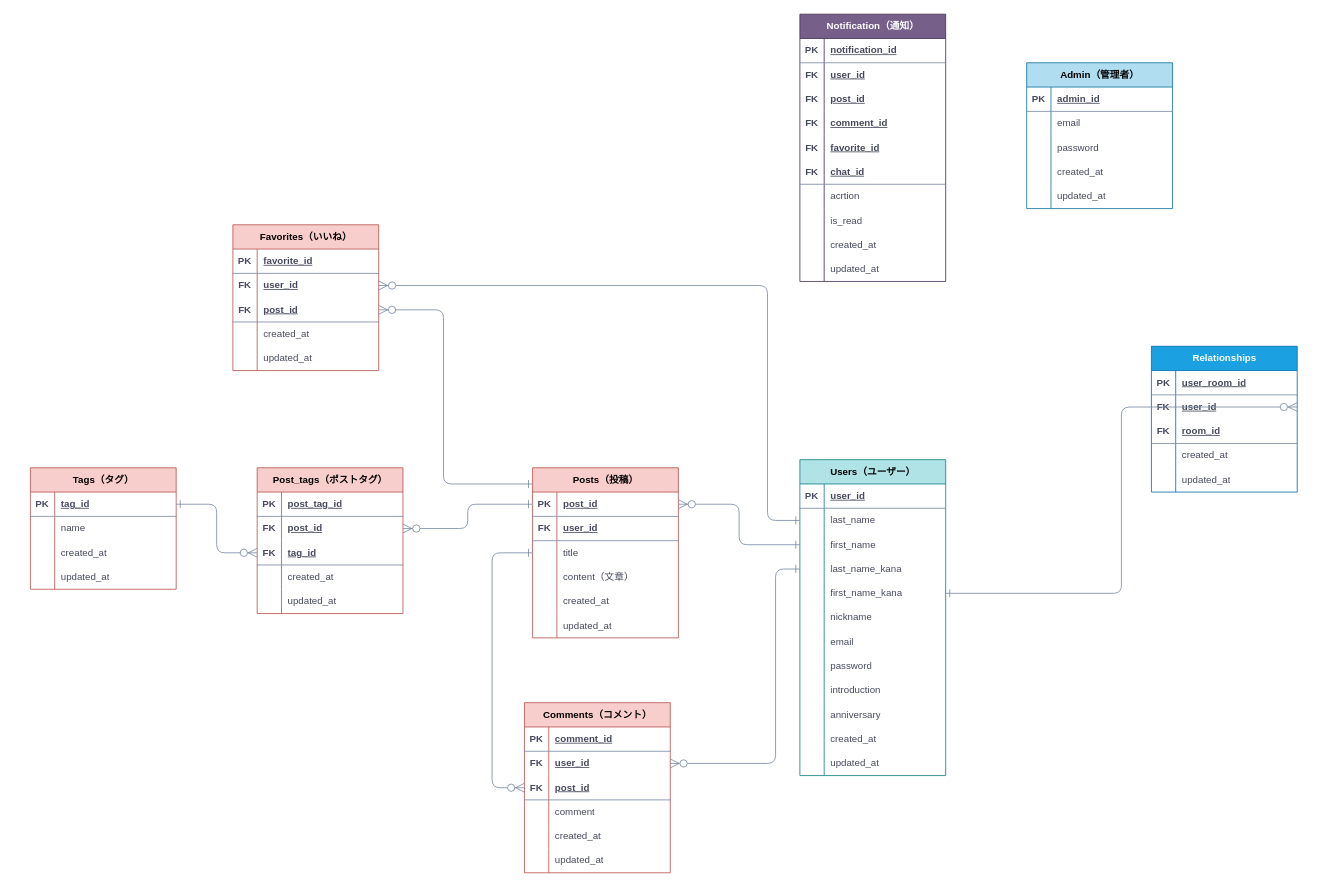
Earlier version of the draw.io diagram vloglaphy.drawio (Solo-Innovator/2seeds). Source tidied: cells renumbered, new cells numbered last; positions are measured from the earlier drawing's top-left corner, leaving out a move shared by most shapes. Both pictures are drawn from the tidied source at 81%, with x=0, y=0 at pixel (14, 14).
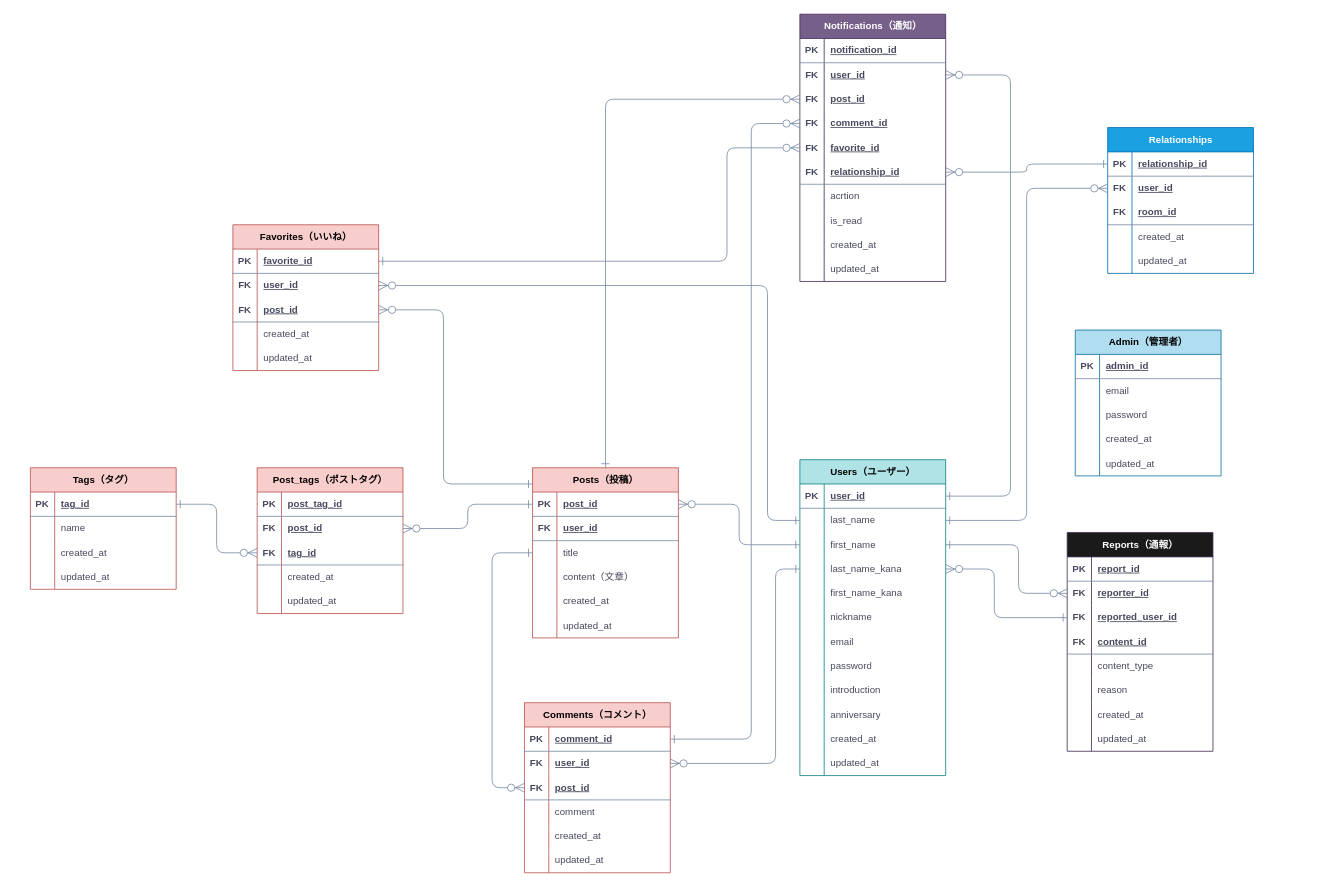
The same diagram, later.

Commit message (it also covers changes not shown here):
vloglaphy.drawio を更新します

Unchanged cells that the change refers to:
```xml
<mxCell id="19" style="shape=tableRow;horizontal=0;startSize=0;swimlaneHead=0;swimlaneBody=0;fillColor=none;points=[[0,0.5],[1,0.5]];portConstraint=eastwest;top=0;left=0;right=0;bottom=1;strokeColor=#788AA3;fontFamily=Helvetica;fontSize=12;fontColor=#46495D;html=1;labelBackgroundColor=none;" parent="18" vertex="1">
  <mxGeometry y="30" width="180" height="30" as="geometry" />
</mxCell>
<mxCell id="22" style="shape=tableRow;horizontal=0;startSize=0;swimlaneHead=0;swimlaneBody=0;fillColor=none;points=[[0,0.5],[1,0.5]];portConstraint=eastwest;top=0;left=0;right=0;bottom=0;strokeColor=#788AA3;fontFamily=Helvetica;fontSize=12;fontColor=#46495D;html=1;labelBackgroundColor=none;" parent="18" vertex="1">
  <mxGeometry y="60" width="180" height="30" as="geometry" />
</mxCell>
<mxCell id="25" style="shape=tableRow;horizontal=0;startSize=0;swimlaneHead=0;swimlaneBody=0;fillColor=none;points=[[0,0.5],[1,0.5]];portConstraint=eastwest;top=0;left=0;right=0;bottom=0;strokeColor=#788AA3;fontFamily=Helvetica;fontSize=12;fontColor=#46495D;html=1;labelBackgroundColor=none;" parent="18" vertex="1">
  <mxGeometry y="90" width="180" height="30" as="geometry" />
</mxCell>
<mxCell id="28" style="shape=tableRow;horizontal=0;startSize=0;swimlaneHead=0;swimlaneBody=0;fillColor=none;points=[[0,0.5],[1,0.5]];portConstraint=eastwest;top=0;left=0;right=0;bottom=0;strokeColor=#788AA3;fontFamily=Helvetica;fontSize=12;fontColor=#46495D;html=1;labelBackgroundColor=none;" parent="18" vertex="1">
  <mxGeometry y="120" width="180" height="30" as="geometry" />
</mxCell>
<mxCell id="31" style="shape=tableRow;horizontal=0;startSize=0;swimlaneHead=0;swimlaneBody=0;fillColor=none;points=[[0,0.5],[1,0.5]];portConstraint=eastwest;top=0;left=0;right=0;bottom=0;strokeColor=#788AA3;fontFamily=Helvetica;fontSize=12;fontColor=#46495D;html=1;labelBackgroundColor=none;" parent="18" vertex="1">
  <mxGeometry y="150" width="180" height="30" as="geometry" />
</mxCell>
<mxCell id="59" value="&lt;font color=&quot;#000000&quot;&gt;Posts（投稿）&lt;/font&gt;" style="shape=table;startSize=30;childLayout=tableLayout;rowLines=0;fontStyle=1;align=center;html=1;strokeColor=#b85450;fontFamily=Helvetica;fontSize=12;fillColor=#f8cecc;labelBackgroundColor=none;" parent="1" vertex="1">
  <mxGeometry x="640" y="560" width="180" height="210" as="geometry" />
</mxCell>
<mxCell id="82" style="shape=tableRow;horizontal=0;startSize=0;swimlaneHead=0;swimlaneBody=0;fillColor=none;points=[[0,0.5],[1,0.5]];portConstraint=eastwest;top=0;left=0;right=0;bottom=1;strokeColor=#788AA3;fontFamily=Helvetica;fontSize=12;fontColor=#46495D;html=1;labelBackgroundColor=none;" parent="81" vertex="1">
  <mxGeometry y="30" width="180" height="30" as="geometry" />
</mxCell>
<mxCell id="98" style="shape=tableRow;horizontal=0;startSize=0;swimlaneHead=0;swimlaneBody=0;fillColor=none;points=[[0,0.5],[1,0.5]];portConstraint=eastwest;top=0;left=0;right=0;bottom=1;strokeColor=#788AA3;fontFamily=Helvetica;fontSize=12;fontColor=#46495D;html=1;labelBackgroundColor=none;" parent="97" vertex="1">
  <mxGeometry y="30" width="180" height="30" as="geometry" />
</mxCell>
<mxCell id="119" style="shape=tableRow;horizontal=0;startSize=0;swimlaneHead=0;swimlaneBody=0;fillColor=none;points=[[0,0.5],[1,0.5]];portConstraint=eastwest;top=0;left=0;right=0;bottom=1;strokeColor=#788AA3;fontFamily=Helvetica;fontSize=12;fontColor=#46495D;html=1;labelBackgroundColor=none;" parent="118" vertex="1">
  <mxGeometry y="30" width="180" height="30" as="geometry" />
</mxCell>
<mxCell id="122" style="shape=tableRow;horizontal=0;startSize=0;swimlaneHead=0;swimlaneBody=0;fillColor=none;points=[[0,0.5],[1,0.5]];portConstraint=eastwest;top=0;left=0;right=0;bottom=0;strokeColor=#788AA3;fontFamily=Helvetica;fontSize=12;fontColor=#46495D;html=1;labelBackgroundColor=none;" parent="118" vertex="1">
  <mxGeometry y="60" width="180" height="30" as="geometry" />
</mxCell>
<mxCell id="139" style="shape=tableRow;horizontal=0;startSize=0;swimlaneHead=0;swimlaneBody=0;fillColor=none;points=[[0,0.5],[1,0.5]];portConstraint=eastwest;top=0;left=0;right=0;bottom=0;strokeColor=#788AA3;fontFamily=Helvetica;fontSize=12;fontColor=#46495D;html=1;labelBackgroundColor=none;" parent="135" vertex="1">
  <mxGeometry y="60" width="180" height="30" as="geometry" />
</mxCell>
<mxCell id="142" style="shape=tableRow;horizontal=0;startSize=0;swimlaneHead=0;swimlaneBody=0;fillColor=none;points=[[0,0.5],[1,0.5]];portConstraint=eastwest;top=0;left=0;right=0;bottom=0;strokeColor=#788AA3;fontFamily=Helvetica;fontSize=12;fontColor=#46495D;html=1;labelBackgroundColor=none;" parent="135" vertex="1">
  <mxGeometry y="90" width="180" height="30" as="geometry" />
</mxCell>
<mxCell id="145" style="shape=tableRow;horizontal=0;startSize=0;swimlaneHead=0;swimlaneBody=0;fillColor=none;points=[[0,0.5],[1,0.5]];portConstraint=eastwest;top=0;left=0;right=0;bottom=0;strokeColor=#788AA3;fontFamily=Helvetica;fontSize=12;fontColor=#46495D;html=1;labelBackgroundColor=none;" parent="135" vertex="1">
  <mxGeometry y="120" width="180" height="30" as="geometry" />
</mxCell>
<mxCell id="148" style="shape=tableRow;horizontal=0;startSize=0;swimlaneHead=0;swimlaneBody=0;fillColor=none;points=[[0,0.5],[1,0.5]];portConstraint=eastwest;top=0;left=0;right=0;bottom=0;strokeColor=#788AA3;fontFamily=Helvetica;fontSize=12;fontColor=#46495D;html=1;labelBackgroundColor=none;" parent="135" vertex="1">
  <mxGeometry y="150" width="180" height="30" as="geometry" />
</mxCell>
<mxCell id="151" style="shape=tableRow;horizontal=0;startSize=0;swimlaneHead=0;swimlaneBody=0;fillColor=none;points=[[0,0.5],[1,0.5]];portConstraint=eastwest;top=0;left=0;right=0;bottom=1;strokeColor=#788AA3;fontFamily=Helvetica;fontSize=12;fontColor=#46495D;html=1;labelBackgroundColor=none;" parent="135" vertex="1">
  <mxGeometry y="180" width="180" height="30" as="geometry" />
</mxCell>
```

Diff of the diagram source:
```diff
@@
     <mxCell id="2" value="&lt;font color=&quot;#000000&quot;&gt;Admin（管理者）&lt;/font&gt;" style="shape=table;startSize=30;childLayout=tableLayout;rowLines=0;fontStyle=1;align=center;html=1;strokeColor=#10739e;fontFamily=Helvetica;fontSize=12;fillColor=#b1ddf0;labelBackgroundColor=none;" parent="1" vertex="1">
-      <mxGeometry x="1250" y="60" width="180" height="180" as="geometry" />
+      <mxGeometry x="1310" y="390" width="180" height="180" as="geometry" />
     </mxCell>
@@
     <mxCell id="118" value="Relationships" style="shape=table;startSize=30;childLayout=tableLayout;rowLines=0;fontStyle=1;align=center;html=1;strokeColor=#006EAF;fontFamily=Helvetica;fontSize=12;fillColor=#1ba1e2;labelBackgroundColor=none;fontColor=#ffffff;" parent="1" vertex="1">
-      <mxGeometry x="1404" y="410" width="180" height="180" as="geometry" />
+      <mxGeometry x="1350" y="140" width="180" height="180" as="geometry" />
     </mxCell>
@@
-    <mxCell id="121" value="user_room_id" style="shape=partialRectangle;fillColor=none;top=0;left=0;bottom=0;right=0;align=left;spacingLeft=6;fontStyle=5;overflow=hidden;whiteSpace=wrap;html=1;strokeColor=#788AA3;fontFamily=Helvetica;fontSize=12;fontColor=#46495D;startSize=23;labelBackgroundColor=none;" parent="119" vertex="1">
+    <mxCell id="121" value="relationship_id" style="shape=partialRectangle;fillColor=none;top=0;left=0;bottom=0;right=0;align=left;spacingLeft=6;fontStyle=5;overflow=hidden;whiteSpace=wrap;html=1;strokeColor=#788AA3;fontFamily=Helvetica;fontSize=12;fontColor=#46495D;startSize=23;labelBackgroundColor=none;" parent="119" vertex="1">
       <mxGeometry x="30" width="150" height="30" as="geometry" />
     </mxCell>
@@
-    <mxCell id="134" style="edgeStyle=elbowEdgeStyle;fontSize=12;html=1;endArrow=ERzeroToMany;endFill=1;fontFamily=Helvetica;fontColor=default;startSize=8;rounded=1;entryX=1;entryY=0.5;entryDx=0;entryDy=0;startArrow=ERone;startFill=0;endSize=9;labelBackgroundColor=none;strokeColor=#788AA3;" parent="1" edge="1" source="31" target="122">
+    <mxCell id="134" style="edgeStyle=elbowEdgeStyle;fontSize=12;html=1;endArrow=ERzeroToMany;endFill=1;fontFamily=Helvetica;fontColor=default;startSize=8;rounded=1;startArrow=ERone;startFill=0;endSize=9;labelBackgroundColor=none;strokeColor=#788AA3;entryX=0;entryY=0.5;entryDx=0;entryDy=0;exitX=1;exitY=0.5;exitDx=0;exitDy=0;" parent="1" edge="1" source="22" target="122">
       <mxGeometry relative="1" as="geometry" />
     </mxCell>
-    <mxCell id="135" value="Notification（通知）" style="shape=table;startSize=30;childLayout=tableLayout;rowLines=0;fontStyle=1;align=center;html=1;strokeColor=#432D57;fontFamily=Helvetica;fontSize=12;fillColor=#76608a;labelBackgroundColor=none;fontColor=#ffffff;" parent="1" vertex="1">
+    <mxCell id="135" value="Notifications（通知）" style="shape=table;startSize=30;childLayout=tableLayout;rowLines=0;fontStyle=1;align=center;html=1;strokeColor=#432D57;fontFamily=Helvetica;fontSize=12;fillColor=#76608a;labelBackgroundColor=none;fontColor=#ffffff;" parent="1" vertex="1">
       <mxGeometry x="970" width="180" height="330" as="geometry" />
     </mxCell>
@@
-    <mxCell id="153" value="chat_id" style="shape=partialRectangle;fillColor=none;top=0;left=0;bottom=0;right=0;align=left;spacingLeft=6;fontStyle=5;overflow=hidden;whiteSpace=wrap;html=1;strokeColor=#788AA3;fontFamily=Helvetica;fontSize=12;fontColor=#46495D;startSize=23;labelBackgroundColor=none;" parent="151" vertex="1">
+    <mxCell id="153" value="relationship_id" style="shape=partialRectangle;fillColor=none;top=0;left=0;bottom=0;right=0;align=left;spacingLeft=6;fontStyle=5;overflow=hidden;whiteSpace=wrap;html=1;strokeColor=#788AA3;fontFamily=Helvetica;fontSize=12;fontColor=#46495D;startSize=23;labelBackgroundColor=none;" parent="151" vertex="1">
       <mxGeometry x="30" width="150" height="30" as="geometry" />
     </mxCell>
@@
+    <mxCell id="199" style="edgeStyle=elbowEdgeStyle;fontSize=12;html=1;endArrow=ERzeroToMany;endFill=1;fontFamily=Helvetica;fontColor=default;startSize=8;rounded=1;startArrow=ERone;startFill=0;endSize=9;labelBackgroundColor=none;strokeColor=#788AA3;entryX=1;entryY=0.5;entryDx=0;entryDy=0;exitX=0;exitY=0.5;exitDx=0;exitDy=0;" parent="1" edge="1" source="119" target="151">
+      <mxGeometry relative="1" as="geometry" />
+    </mxCell>
+    <mxCell id="200" style="edgeStyle=elbowEdgeStyle;fontSize=12;html=1;endArrow=ERzeroToMany;endFill=1;fontFamily=Helvetica;fontColor=default;startSize=8;rounded=1;entryX=0;entryY=0.5;entryDx=0;entryDy=0;startArrow=ERone;startFill=0;endSize=9;labelBackgroundColor=none;strokeColor=#788AA3;" parent="1" edge="1" source="82" target="148">
+      <mxGeometry relative="1" as="geometry">
+        <Array as="points">
+          <mxPoint x="880" y="285" />
+        </Array>
+      </mxGeometry>
+    </mxCell>
+    <mxCell id="201" style="edgeStyle=elbowEdgeStyle;fontSize=12;html=1;endArrow=ERzeroToMany;endFill=1;fontFamily=Helvetica;fontColor=default;startSize=8;rounded=1;startArrow=ERone;startFill=0;endSize=9;labelBackgroundColor=none;strokeColor=#788AA3;exitX=1;exitY=0.5;exitDx=0;exitDy=0;entryX=1;entryY=0.5;entryDx=0;entryDy=0;" parent="1" edge="1" source="19" target="139">
+      <mxGeometry relative="1" as="geometry">
+        <Array as="points">
+          <mxPoint x="1230" y="310" />
+        </Array>
+      </mxGeometry>
+    </mxCell>
+    <mxCell id="202" style="edgeStyle=elbowEdgeStyle;fontSize=12;html=1;endArrow=ERzeroToMany;endFill=1;fontFamily=Helvetica;fontColor=default;startSize=8;rounded=1;startArrow=ERone;startFill=0;endSize=9;labelBackgroundColor=none;strokeColor=#788AA3;entryX=0;entryY=0.5;entryDx=0;entryDy=0;exitX=0.5;exitY=0;exitDx=0;exitDy=0;" parent="1" edge="1" source="59" target="142">
+      <mxGeometry relative="1" as="geometry">
+        <Array as="points">
+          <mxPoint x="730" y="340" />
+        </Array>
+      </mxGeometry>
+    </mxCell>
+    <mxCell id="203" style="edgeStyle=elbowEdgeStyle;fontSize=12;html=1;endArrow=ERzeroToMany;endFill=1;fontFamily=Helvetica;fontColor=default;startSize=8;rounded=1;startArrow=ERone;startFill=0;endSize=9;labelBackgroundColor=none;strokeColor=#788AA3;entryX=0;entryY=0.5;entryDx=0;entryDy=0;exitX=1;exitY=0.5;exitDx=0;exitDy=0;" parent="1" edge="1" source="98" target="145">
+      <mxGeometry relative="1" as="geometry">
+        <Array as="points">
+          <mxPoint x="910" y="520" />
+        </Array>
+      </mxGeometry>
+    </mxCell>
+    <mxCell id="204" value="Reports（通報）" style="shape=table;startSize=30;childLayout=tableLayout;rowLines=0;fontStyle=1;align=center;html=1;strokeColor=#432D57;fontFamily=Helvetica;fontSize=12;fillColor=#1A1A1A;labelBackgroundColor=none;fontColor=#ffffff;" parent="1" vertex="1">
+      <mxGeometry x="1300" y="640" width="180" height="270" as="geometry" />
+    </mxCell>
+    <mxCell id="205" style="shape=tableRow;horizontal=0;startSize=0;swimlaneHead=0;swimlaneBody=0;fillColor=none;top=0;left=0;right=0;bottom=1;strokeColor=#788AA3;fontFamily=Helvetica;fontSize=12;fontColor=#46495D;html=1;labelBackgroundColor=none;" parent="204" vertex="1">
+      <mxGeometry y="30" width="180" height="30" as="geometry" />
+    </mxCell>
+    <mxCell id="206" value="PK" style="shape=partialRectangle;fillColor=none;top=0;left=0;bottom=0;right=0;fontStyle=1;overflow=hidden;whiteSpace=wrap;html=1;strokeColor=#788AA3;fontFamily=Helvetica;fontSize=12;fontColor=#46495D;startSize=23;labelBackgroundColor=none;" parent="205" vertex="1">
+      <mxGeometry width="30" height="30" as="geometry" />
+    </mxCell>
+    <mxCell id="207" value="report_id" style="shape=partialRectangle;fillColor=none;top=0;left=0;bottom=0;right=0;align=left;spacingLeft=6;fontStyle=5;overflow=hidden;whiteSpace=wrap;html=1;strokeColor=#788AA3;fontFamily=Helvetica;fontSize=12;fontColor=#46495D;startSize=23;labelBackgroundColor=none;" parent="205" vertex="1">
+      <mxGeometry x="30" width="150" height="30" as="geometry" />
+    </mxCell>
+    <mxCell id="208" style="shape=tableRow;horizontal=0;startSize=0;swimlaneHead=0;swimlaneBody=0;fillColor=none;points=[[0,0.5],[1,0.5]];portConstraint=eastwest;top=0;left=0;right=0;bottom=0;strokeColor=#788AA3;fontFamily=Helvetica;fontSize=12;fontColor=#46495D;html=1;labelBackgroundColor=none;" parent="204" vertex="1">
+      <mxGeometry y="60" width="180" height="30" as="geometry" />
+    </mxCell>
+    <mxCell id="209" value="&lt;b&gt;FK&lt;/b&gt;" style="shape=partialRectangle;fillColor=none;top=0;left=0;bottom=0;right=0;overflow=hidden;whiteSpace=wrap;html=1;strokeColor=#788AA3;fontFamily=Helvetica;fontSize=12;fontColor=#46495D;startSize=23;labelBackgroundColor=none;" parent="208" vertex="1">
+      <mxGeometry width="30" height="30" as="geometry" />
+    </mxCell>
+    <mxCell id="210" value="&lt;u&gt;&lt;b&gt;reporter_id&lt;/b&gt;&lt;/u&gt;" style="shape=partialRectangle;fillColor=none;top=0;left=0;bottom=0;right=0;align=left;spacingLeft=6;overflow=hidden;whiteSpace=wrap;html=1;strokeColor=#788AA3;fontFamily=Helvetica;fontSize=12;fontColor=#46495D;startSize=23;labelBackgroundColor=none;" parent="208" vertex="1">
+      <mxGeometry x="30" width="150" height="30" as="geometry" />
+    </mxCell>
+    <mxCell id="211" style="shape=tableRow;horizontal=0;startSize=0;swimlaneHead=0;swimlaneBody=0;fillColor=none;points=[[0,0.5],[1,0.5]];portConstraint=eastwest;top=0;left=0;right=0;bottom=0;strokeColor=#788AA3;fontFamily=Helvetica;fontSize=12;fontColor=#46495D;html=1;labelBackgroundColor=none;" parent="204" vertex="1">
+      <mxGeometry y="90" width="180" height="30" as="geometry" />
+    </mxCell>
+    <mxCell id="212" value="&lt;b&gt;FK&lt;/b&gt;" style="shape=partialRectangle;fillColor=none;top=0;left=0;bottom=0;right=0;overflow=hidden;whiteSpace=wrap;html=1;strokeColor=#788AA3;fontFamily=Helvetica;fontSize=12;fontColor=#46495D;startSize=23;labelBackgroundColor=none;" parent="211" vertex="1">
+      <mxGeometry width="30" height="30" as="geometry" />
+    </mxCell>
+    <mxCell id="213" value="&lt;u&gt;&lt;b&gt;reported_user_id&lt;/b&gt;&lt;/u&gt;" style="shape=partialRectangle;fillColor=none;top=0;left=0;bottom=0;right=0;align=left;spacingLeft=6;overflow=hidden;whiteSpace=wrap;html=1;strokeColor=#788AA3;fontFamily=Helvetica;fontSize=12;fontColor=#46495D;startSize=23;labelBackgroundColor=none;" parent="211" vertex="1">
+      <mxGeometry x="30" width="150" height="30" as="geometry" />
+    </mxCell>
+    <mxCell id="214" style="shape=tableRow;horizontal=0;startSize=0;swimlaneHead=0;swimlaneBody=0;fillColor=none;top=0;left=0;right=0;bottom=1;strokeColor=#788AA3;fontFamily=Helvetica;fontSize=12;fontColor=#46495D;html=1;labelBackgroundColor=none;" parent="204" vertex="1">
+      <mxGeometry y="120" width="180" height="30" as="geometry" />
+    </mxCell>
+    <mxCell id="215" value="FK" style="shape=partialRectangle;fillColor=none;top=0;left=0;bottom=0;right=0;fontStyle=1;overflow=hidden;whiteSpace=wrap;html=1;strokeColor=#788AA3;fontFamily=Helvetica;fontSize=12;fontColor=#46495D;startSize=23;labelBackgroundColor=none;" parent="214" vertex="1">
+      <mxGeometry width="30" height="30" as="geometry" />
+    </mxCell>
+    <mxCell id="216" value="content_id" style="shape=partialRectangle;fillColor=none;top=0;left=0;bottom=0;right=0;align=left;spacingLeft=6;fontStyle=5;overflow=hidden;whiteSpace=wrap;html=1;strokeColor=#788AA3;fontFamily=Helvetica;fontSize=12;fontColor=#46495D;startSize=23;labelBackgroundColor=none;" parent="214" vertex="1">
+      <mxGeometry x="30" width="150" height="30" as="geometry" />
+    </mxCell>
+    <mxCell id="217" style="shape=tableRow;horizontal=0;startSize=0;swimlaneHead=0;swimlaneBody=0;fillColor=none;top=0;left=0;right=0;bottom=0;strokeColor=#788AA3;fontFamily=Helvetica;fontSize=12;fontColor=#46495D;html=1;labelBackgroundColor=none;" parent="204" vertex="1">
+      <mxGeometry y="150" width="180" height="30" as="geometry" />
+    </mxCell>
+    <mxCell id="218" style="shape=partialRectangle;fillColor=none;top=0;left=0;bottom=0;right=0;overflow=hidden;whiteSpace=wrap;html=1;strokeColor=#788AA3;fontFamily=Helvetica;fontSize=12;fontColor=#46495D;startSize=23;labelBackgroundColor=none;" parent="217" vertex="1">
+      <mxGeometry width="30" height="30" as="geometry" />
+    </mxCell>
+    <mxCell id="219" value="content_type" style="shape=partialRectangle;fillColor=none;top=0;left=0;bottom=0;right=0;align=left;spacingLeft=6;overflow=hidden;whiteSpace=wrap;html=1;strokeColor=#788AA3;fontFamily=Helvetica;fontSize=12;fontColor=#46495D;startSize=23;labelBackgroundColor=none;" parent="217" vertex="1">
+      <mxGeometry x="30" width="150" height="30" as="geometry" />
+    </mxCell>
+    <mxCell id="220" style="shape=tableRow;horizontal=0;startSize=0;swimlaneHead=0;swimlaneBody=0;fillColor=none;top=0;left=0;right=0;bottom=0;strokeColor=#788AA3;fontFamily=Helvetica;fontSize=12;fontColor=#46495D;html=1;labelBackgroundColor=none;" parent="204" vertex="1">
+      <mxGeometry y="180" width="180" height="30" as="geometry" />
+    </mxCell>
+    <mxCell id="221" style="shape=partialRectangle;fillColor=none;top=0;left=0;bottom=0;right=0;overflow=hidden;whiteSpace=wrap;html=1;strokeColor=#788AA3;fontFamily=Helvetica;fontSize=12;fontColor=#46495D;startSize=23;labelBackgroundColor=none;" parent="220" vertex="1">
+      <mxGeometry width="30" height="30" as="geometry" />
+    </mxCell>
+    <mxCell id="222" value="reason" style="shape=partialRectangle;fillColor=none;top=0;left=0;bottom=0;right=0;align=left;spacingLeft=6;overflow=hidden;whiteSpace=wrap;html=1;strokeColor=#788AA3;fontFamily=Helvetica;fontSize=12;fontColor=#46495D;startSize=23;labelBackgroundColor=none;" parent="220" vertex="1">
+      <mxGeometry x="30" width="150" height="30" as="geometry" />
+    </mxCell>
+    <mxCell id="223" style="shape=tableRow;horizontal=0;startSize=0;swimlaneHead=0;swimlaneBody=0;fillColor=none;top=0;left=0;right=0;bottom=0;strokeColor=#788AA3;fontFamily=Helvetica;fontSize=12;fontColor=#46495D;html=1;labelBackgroundColor=none;" parent="204" vertex="1">
+      <mxGeometry y="210" width="180" height="30" as="geometry" />
+    </mxCell>
+    <mxCell id="224" style="shape=partialRectangle;fillColor=none;top=0;left=0;bottom=0;right=0;overflow=hidden;whiteSpace=wrap;html=1;strokeColor=#788AA3;fontFamily=Helvetica;fontSize=12;fontColor=#46495D;startSize=23;labelBackgroundColor=none;" parent="223" vertex="1">
+      <mxGeometry width="30" height="30" as="geometry" />
+    </mxCell>
+    <mxCell id="225" value="created_at" style="shape=partialRectangle;fillColor=none;top=0;left=0;bottom=0;right=0;align=left;spacingLeft=6;overflow=hidden;whiteSpace=wrap;html=1;strokeColor=#788AA3;fontFamily=Helvetica;fontSize=12;fontColor=#46495D;startSize=23;labelBackgroundColor=none;" parent="223" vertex="1">
+      <mxGeometry x="30" width="150" height="30" as="geometry" />
+    </mxCell>
+    <mxCell id="226" style="shape=tableRow;horizontal=0;startSize=0;swimlaneHead=0;swimlaneBody=0;fillColor=none;top=0;left=0;right=0;bottom=0;strokeColor=#788AA3;fontFamily=Helvetica;fontSize=12;fontColor=#46495D;html=1;labelBackgroundColor=none;" parent="204" vertex="1">
+      <mxGeometry y="240" width="180" height="30" as="geometry" />
+    </mxCell>
+    <mxCell id="227" style="shape=partialRectangle;fillColor=none;top=0;left=0;bottom=0;right=0;overflow=hidden;whiteSpace=wrap;html=1;strokeColor=#788AA3;fontFamily=Helvetica;fontSize=12;fontColor=#46495D;startSize=23;labelBackgroundColor=none;" parent="226" vertex="1">
+      <mxGeometry width="30" height="30" as="geometry" />
+    </mxCell>
+    <mxCell id="228" value="updated_at" style="shape=partialRectangle;fillColor=none;top=0;left=0;bottom=0;right=0;align=left;spacingLeft=6;overflow=hidden;whiteSpace=wrap;html=1;strokeColor=#788AA3;fontFamily=Helvetica;fontSize=12;fontColor=#46495D;startSize=23;labelBackgroundColor=none;" parent="226" vertex="1">
+      <mxGeometry x="30" width="150" height="30" as="geometry" />
+    </mxCell>
+    <mxCell id="229" style="edgeStyle=elbowEdgeStyle;fontSize=12;html=1;endArrow=ERzeroToMany;endFill=1;fontFamily=Helvetica;fontColor=default;startSize=8;rounded=1;startArrow=ERone;startFill=0;endSize=9;labelBackgroundColor=none;strokeColor=#788AA3;entryX=0;entryY=0.5;entryDx=0;entryDy=0;exitX=1;exitY=0.5;exitDx=0;exitDy=0;" parent="1" edge="1" source="25" target="208">
+      <mxGeometry relative="1" as="geometry">
+        <Array as="points">
+          <mxPoint x="1240" y="690" />
+        </Array>
+      </mxGeometry>
+    </mxCell>
+    <mxCell id="230" style="edgeStyle=elbowEdgeStyle;fontSize=12;html=1;endArrow=ERzeroToMany;endFill=1;fontFamily=Helvetica;fontColor=default;startSize=8;rounded=1;startArrow=ERone;startFill=0;endSize=9;labelBackgroundColor=none;strokeColor=#788AA3;exitX=0;exitY=0.5;exitDx=0;exitDy=0;" parent="1" edge="1" source="211" target="28">
+      <mxGeometry relative="1" as="geometry">
+        <Array as="points">
+          <mxPoint x="1210" y="720" />
+        </Array>
+      </mxGeometry>
+    </mxCell>
```
